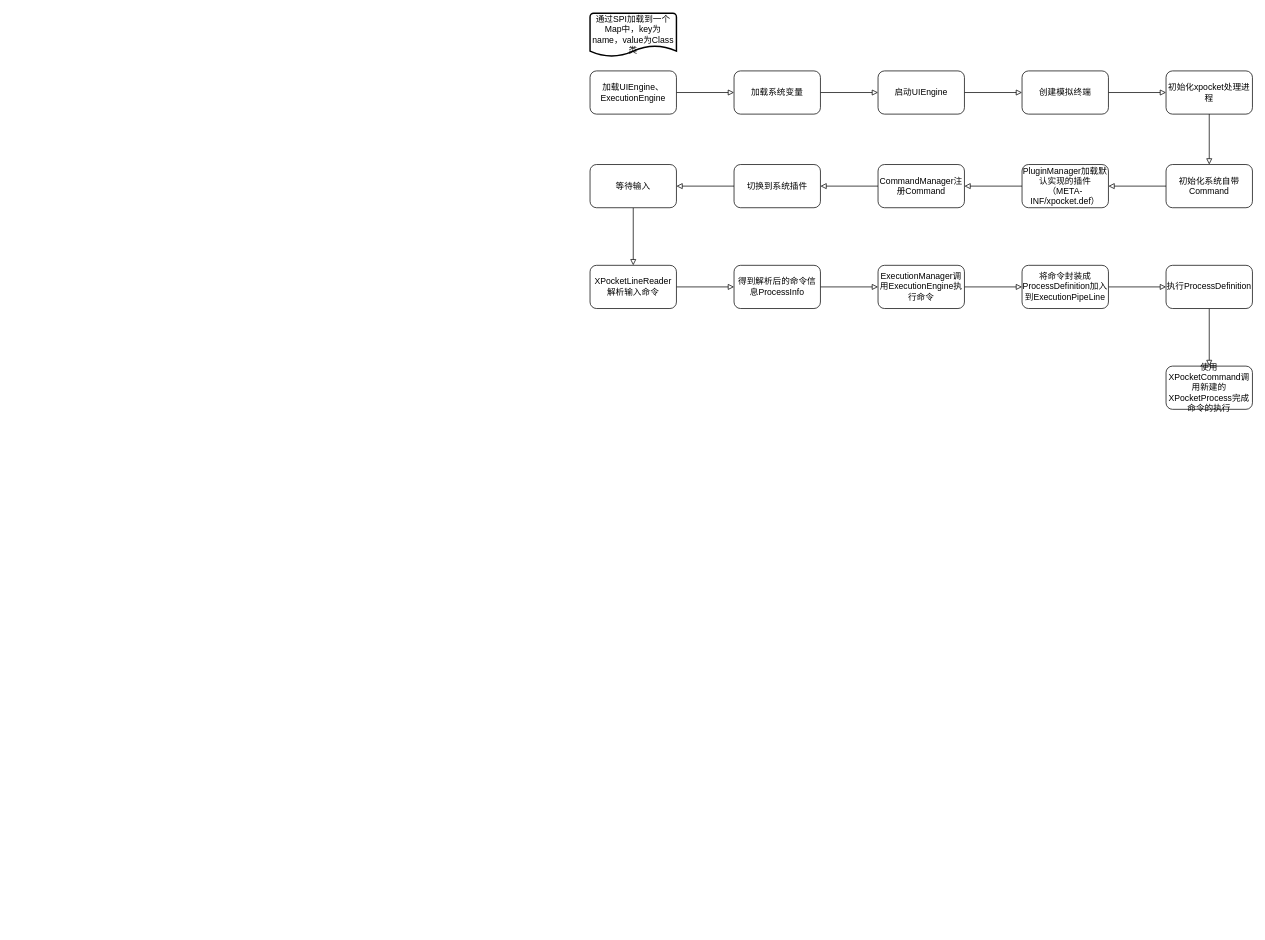
Before: xpocketClassDiagram.drawio in bigmother/program, a draw.io diagram. Source tidied: cells renumbered, new cells numbered last; positions are measured from the earlier drawing's top-left corner, leaving out a move shared by most shapes. Both pictures are drawn from the tidied source at 72%, with x=0, y=0 at pixel (590, 13).
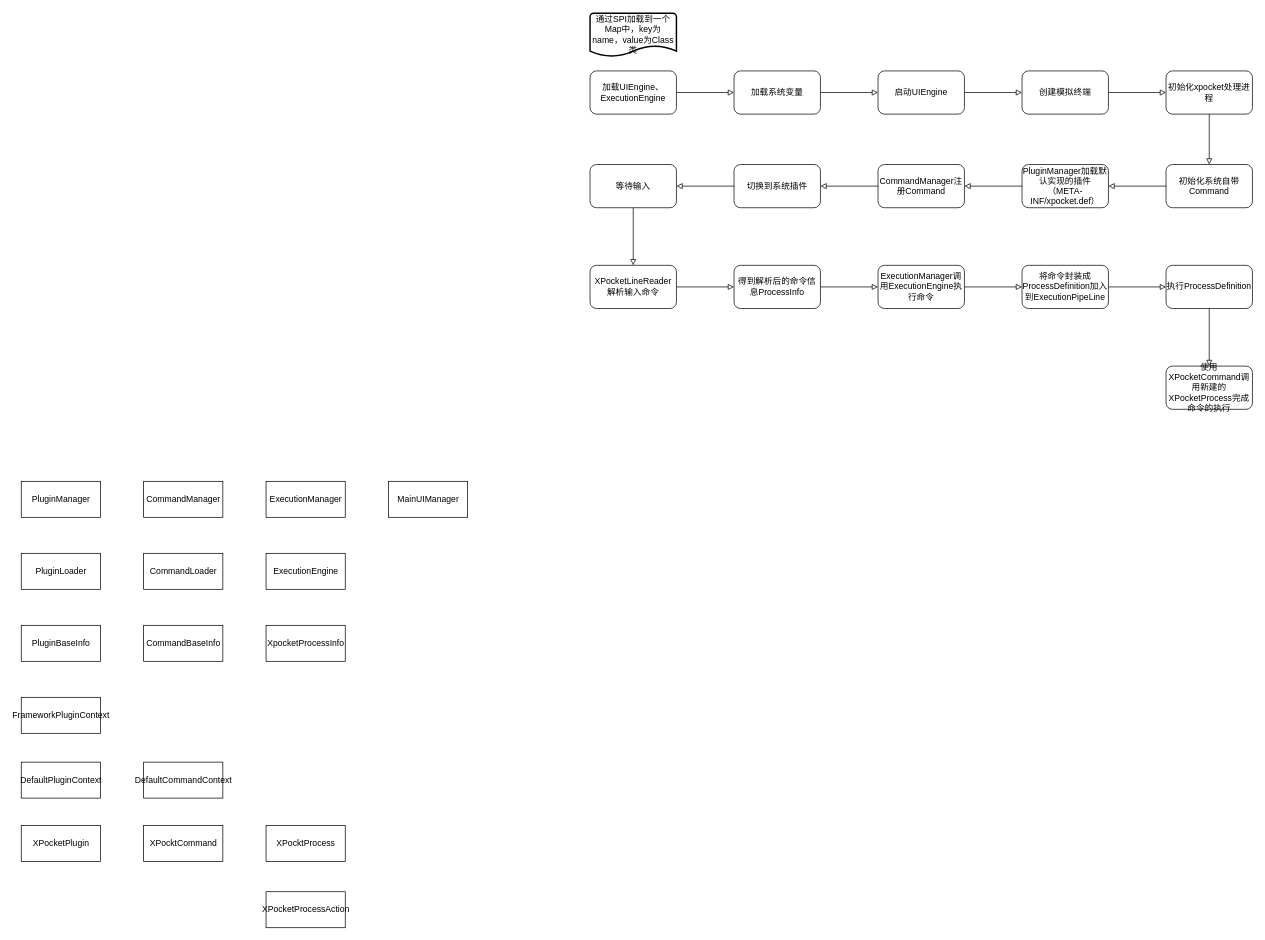
The same page after the edit.

Unchanged cells that the change refers to:
```xml
<mxCell id="20" value="初始化系统自带Command" style="whiteSpace=wrap;html=1;rounded=1;" parent="1" vertex="1">
  <mxGeometry x="800" y="210" width="120" height="60" as="geometry" />
</mxCell>
<mxCell id="21" value="PluginManager加载默认实现的插件（META-INF/xpocket.def）" style="whiteSpace=wrap;html=1;rounded=1;" parent="1" vertex="1">
  <mxGeometry x="600" y="210" width="120" height="60" as="geometry" />
</mxCell>
```

Change to the diagram source:
```diff
@@
     <mxCell id="22" style="edgeStyle=orthogonalEdgeStyle;rounded=0;jettySize=auto;html=1;endArrow=block;endFill=0;" parent="1" edge="1" source="20" target="21">
-      <mxGeometry x="430" y="1540" as="geometry" />
+      <mxGeometry x="660" y="1420" as="geometry" />
     </mxCell>
@@
+    <mxCell id="34" value="PluginManager" style="html=1;" parent="1" vertex="1">
+      <mxGeometry x="-790" y="650" width="110" height="50" as="geometry" />
+    </mxCell>
+    <mxCell id="35" value="CommandManager" style="html=1;" parent="1" vertex="1">
+      <mxGeometry x="-620" y="650" width="110" height="50" as="geometry" />
+    </mxCell>
+    <mxCell id="36" value="ExecutionManager" style="html=1;" parent="1" vertex="1">
+      <mxGeometry x="-450" y="650" width="110" height="50" as="geometry" />
+    </mxCell>
+    <mxCell id="37" value="MainUIManager" style="html=1;" parent="1" vertex="1">
+      <mxGeometry x="-280" y="650" width="110" height="50" as="geometry" />
+    </mxCell>
+    <mxCell id="38" value="PluginLoader" style="html=1;" parent="1" vertex="1">
+      <mxGeometry x="-790" y="750" width="110" height="50" as="geometry" />
+    </mxCell>
+    <mxCell id="39" value="FrameworkPluginContext" style="html=1;" parent="1" vertex="1">
+      <mxGeometry x="-790" y="950" width="110" height="50" as="geometry" />
+    </mxCell>
+    <mxCell id="40" value="PluginBaseInfo" style="html=1;" parent="1" vertex="1">
+      <mxGeometry x="-790" y="850" width="110" height="50" as="geometry" />
+    </mxCell>
+    <mxCell id="41" value="XPocktCommand" style="html=1;" parent="1" vertex="1">
+      <mxGeometry x="-620" y="1128" width="110" height="50" as="geometry" />
+    </mxCell>
+    <mxCell id="42" value="XPocketPlugin" style="html=1;" parent="1" vertex="1">
+      <mxGeometry x="-790" y="1128" width="110" height="50" as="geometry" />
+    </mxCell>
+    <mxCell id="43" value="XPocktProcess" style="html=1;" parent="1" vertex="1">
+      <mxGeometry x="-450" y="1128" width="110" height="50" as="geometry" />
+    </mxCell>
+    <mxCell id="44" value="CommandLoader" style="html=1;" parent="1" vertex="1">
+      <mxGeometry x="-620" y="750" width="110" height="50" as="geometry" />
+    </mxCell>
+    <mxCell id="45" value="ExecutionEngine" style="html=1;" parent="1" vertex="1">
+      <mxGeometry x="-450" y="750" width="110" height="50" as="geometry" />
+    </mxCell>
+    <mxCell id="46" value="DefaultPluginContext" style="html=1;" parent="1" vertex="1">
+      <mxGeometry x="-790" y="1040" width="110" height="50" as="geometry" />
+    </mxCell>
+    <mxCell id="47" value="DefaultCommandContext" style="html=1;" parent="1" vertex="1">
+      <mxGeometry x="-620" y="1040" width="110" height="50" as="geometry" />
+    </mxCell>
+    <mxCell id="48" value="CommandBaseInfo" style="html=1;" parent="1" vertex="1">
+      <mxGeometry x="-620" y="850" width="110" height="50" as="geometry" />
+    </mxCell>
+    <mxCell id="49" value="XPocketProcessAction" style="html=1;" parent="1" vertex="1">
+      <mxGeometry x="-450" y="1220" width="110" height="50" as="geometry" />
+    </mxCell>
+    <mxCell id="50" value="XpocketProcessInfo" style="html=1;" parent="1" vertex="1">
+      <mxGeometry x="-450" y="850" width="110" height="50" as="geometry" />
+    </mxCell>
```
